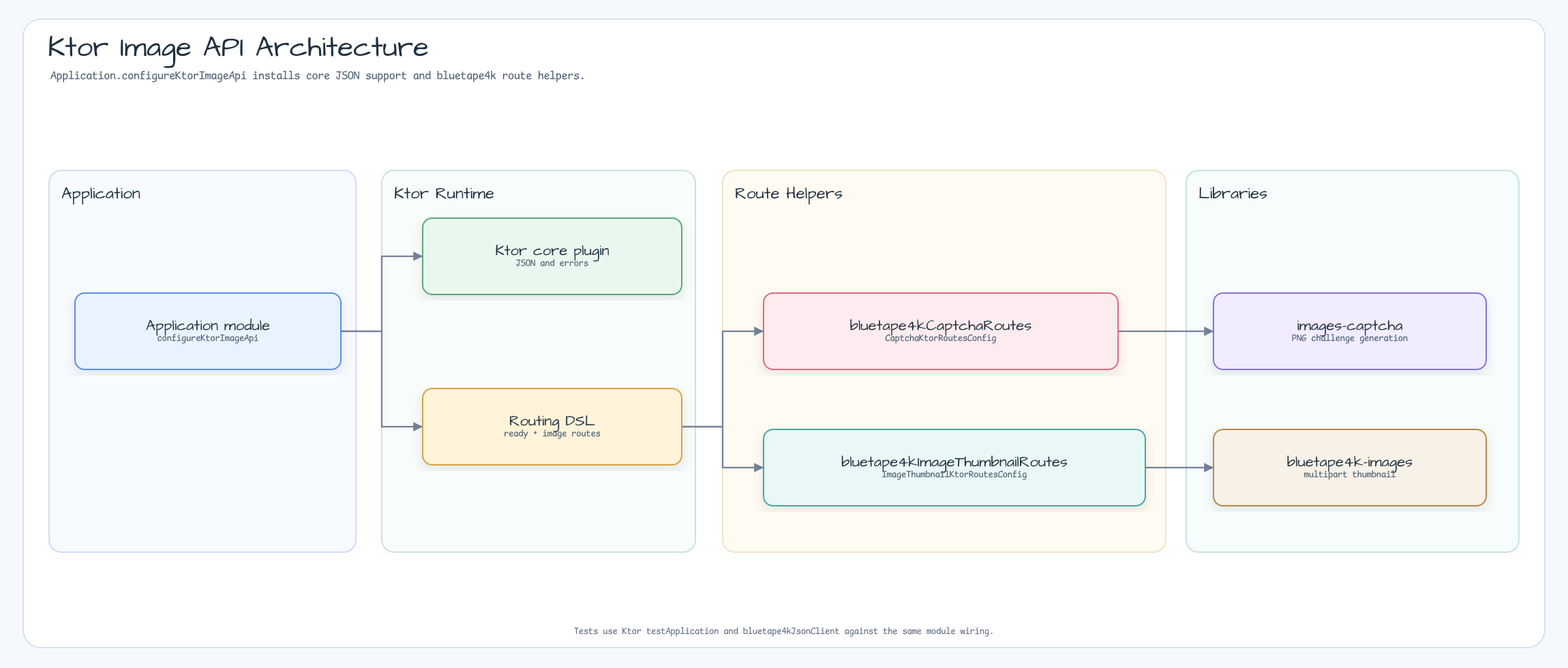
Before: docs/images/readme-diagrams/examples-ktor-image-api-architecture-01.png, a diagram exported from Graphviz (bluetape4k/bluetape4k-image). Its source is kept beside it as docs/images/readme-diagrams/examples-ktor-image-api-architecture-01.dot.
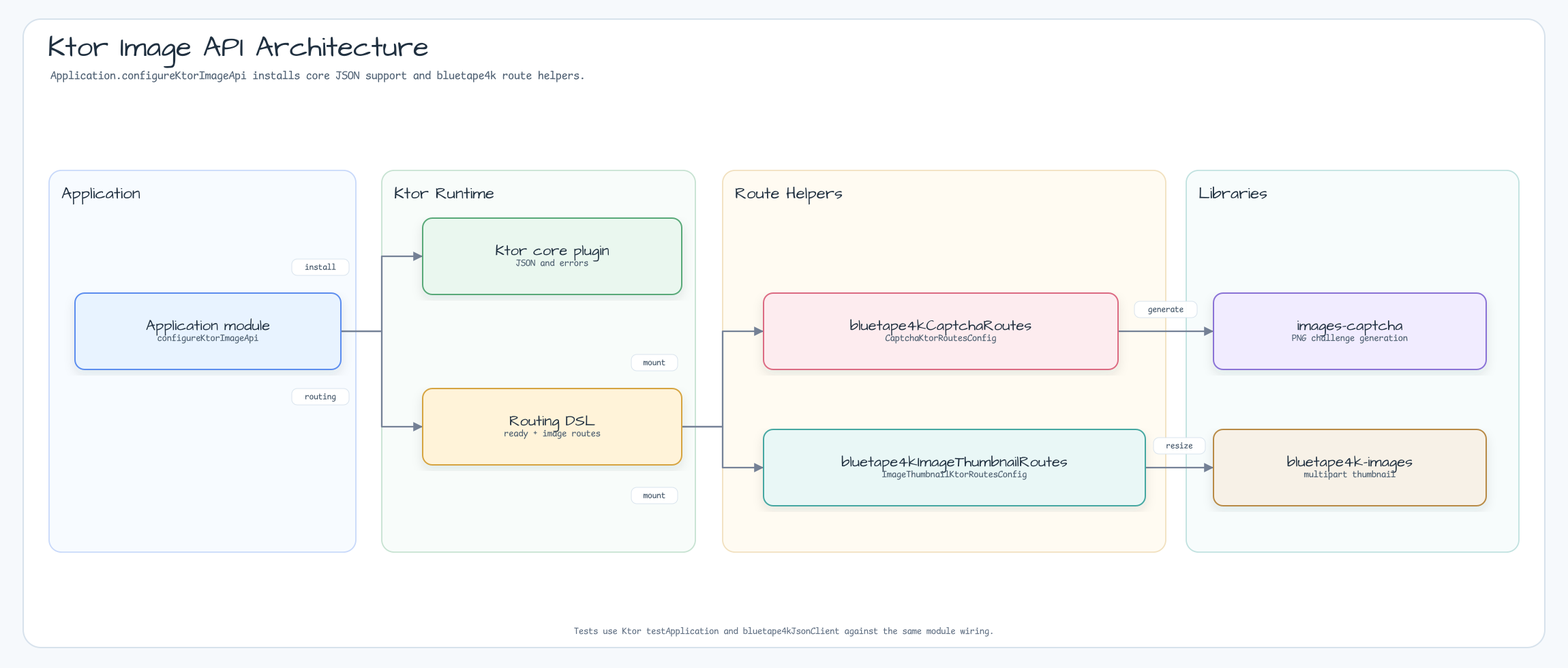
The same file after the commit.

The edit, as a diff of the source:
```diff
@@ -11,10 +11,10 @@
   "thumbnail" [label="bluetape4kImageThumbnailRoutes"];
   "captchaLib" [label="images-captcha"];
   "images" [label="bluetape4k-images"];
-  "app" -> "core" [label=""];
-  "app" -> "routing" [label=""];
-  "routing" -> "captcha" [label=""];
-  "routing" -> "thumbnail" [label=""];
-  "captcha" -> "captchaLib" [label=""];
-  "thumbnail" -> "images" [label=""];
+  "app" -> "core" [label="install"];
+  "app" -> "routing" [label="routing"];
+  "routing" -> "captcha" [label="mount"];
+  "routing" -> "thumbnail" [label="mount"];
+  "captcha" -> "captchaLib" [label="generate"];
+  "thumbnail" -> "images" [label="resize"];
 }
```
